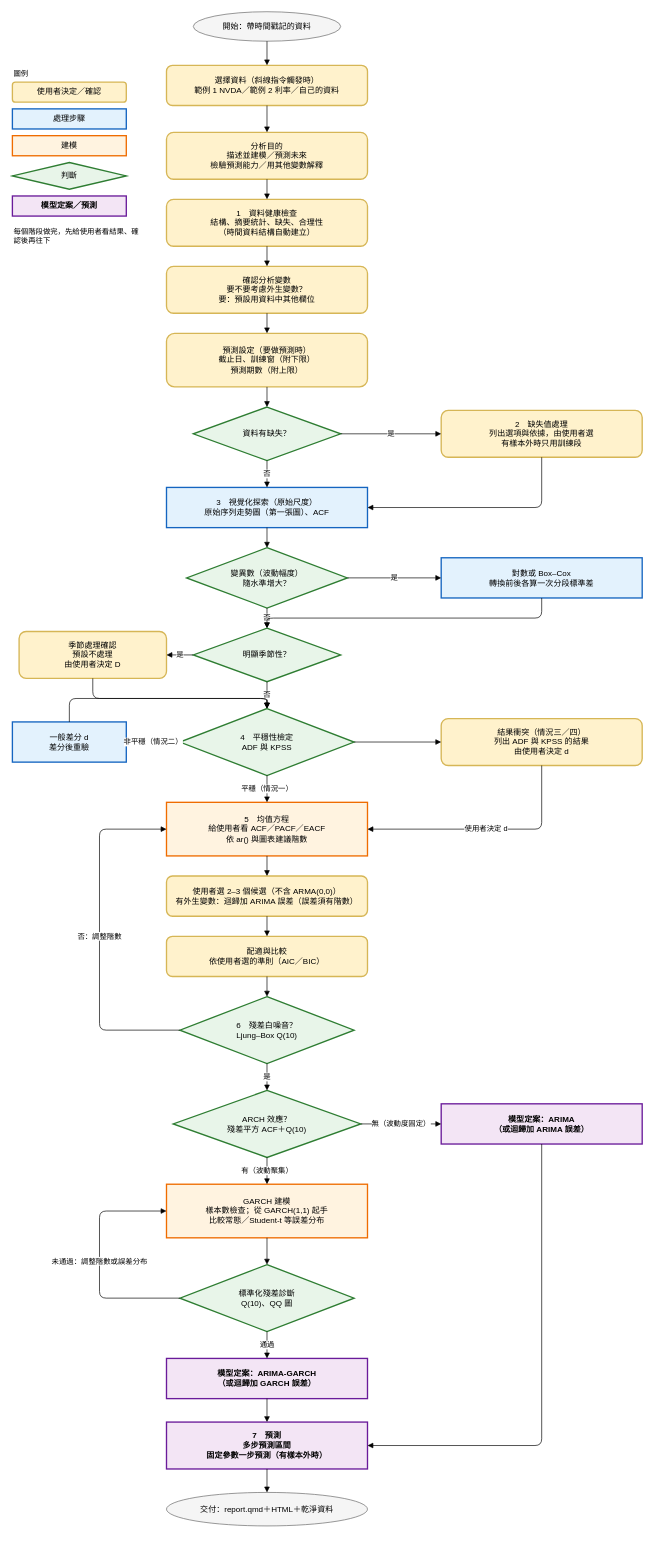
This is references/workflow.drawio from MinaseInori1202/timeseries-analysis, a draw.io file, before an edit. Source tidied: cells renumbered, new cells numbered last; positions are measured from the earlier drawing's top-left corner, leaving out a move shared by most shapes. Both pictures are drawn from the tidied source at 67%, with x=0, y=0 at pixel (12, 11).
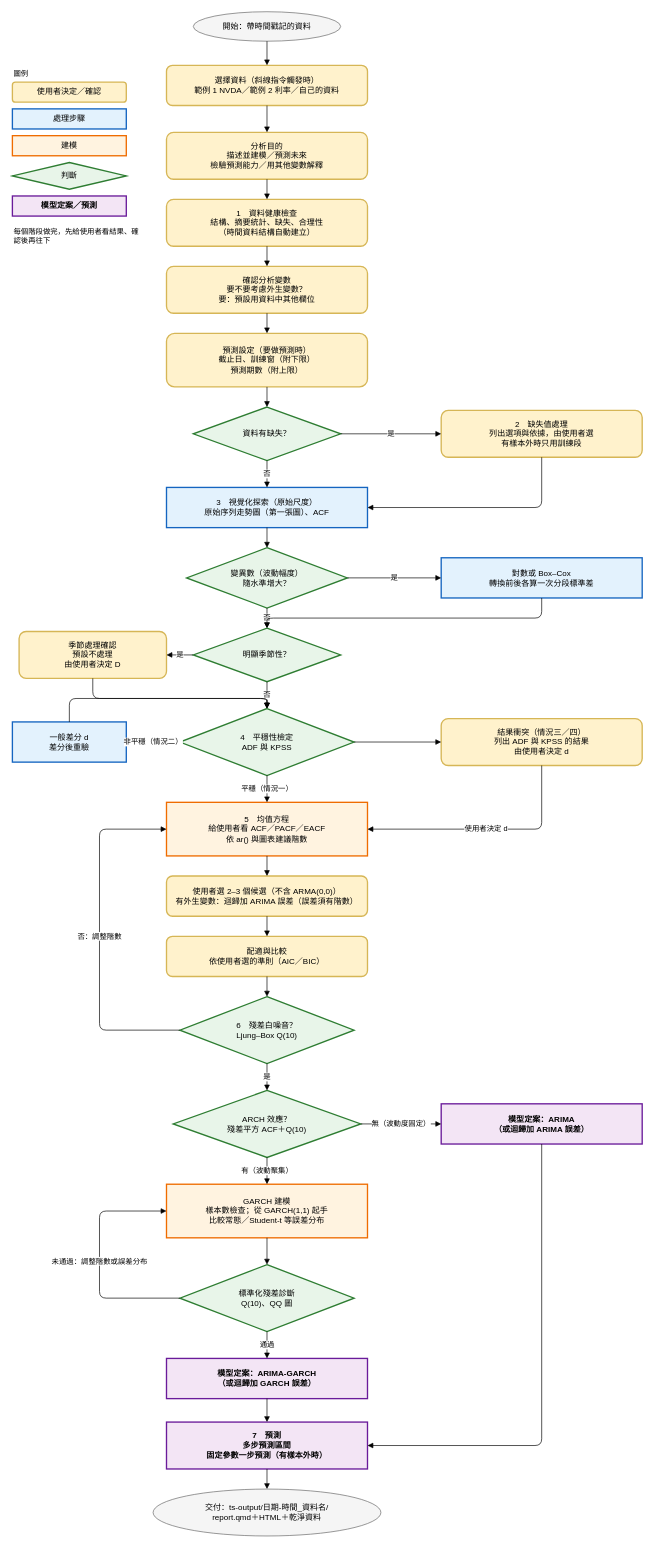
Above is the later version.

Commit message (it also covers changes not shown here):
Output folder per analysis: ts-output/<YYYYMMDD-HHMM>_<data>/

Change to the diagram source:
```diff
@@
-    <mxCell id="28" value="交付：report.qmd＋HTML＋乾淨資料" style="ellipse;whiteSpace=wrap;html=1;fillColor=#f5f5f5;strokeColor=#666666;" parent="1" vertex="1">
-      <mxGeometry x="230" y="2210" width="300" height="50" as="geometry" />
+    <mxCell id="28" value="交付：ts-output/日期-時間_資料名/&#10;report.qmd＋HTML＋乾淨資料" style="ellipse;whiteSpace=wrap;html=1;fillColor=#f5f5f5;strokeColor=#666666;" parent="1" vertex="1">
+      <mxGeometry x="210" y="2205" width="340" height="70" as="geometry" />
     </mxCell>
```
